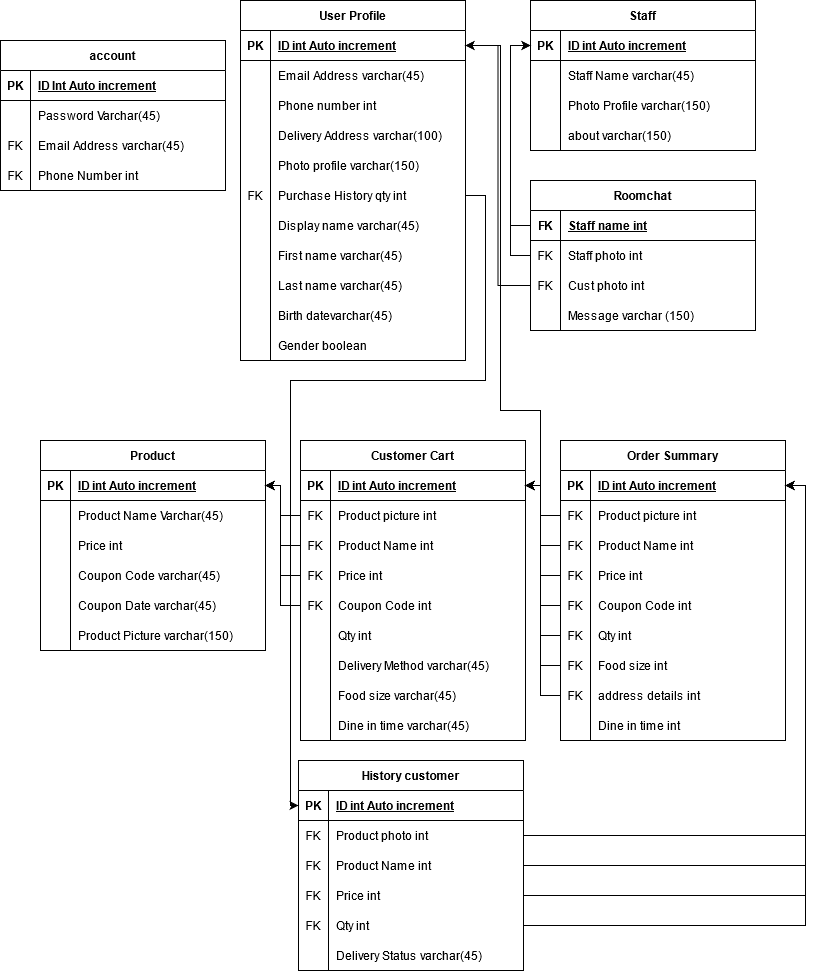
The draw.io diagram tugas/tugas3.png in farizian/week11, before a commit. Source tidied: cells renumbered, new cells last; positions are measured from the earlier drawing's top-left corner, leaving out a move shared by most shapes.
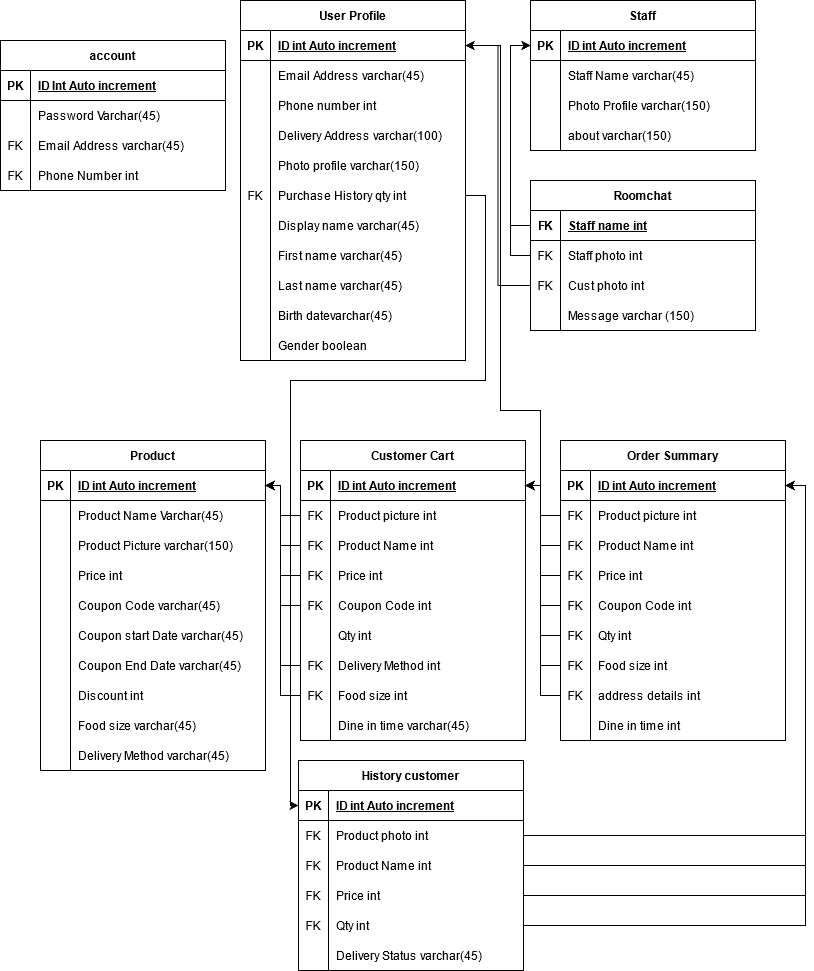
After the commit.

Diff of the diagram source:
```diff
@@ -42,7 +42,7 @@
       <mxGeometry x="30" width="195" height="30" as="geometry" />
     </mxCell>
     <mxCell id="15" value="Product" style="shape=table;startSize=30;rowLines=0;fontStyle=1;align=center;" parent="1" vertex="1">
-      <mxGeometry x="40" y="440" width="225" height="210" as="geometry" />
+      <mxGeometry x="40" y="440" width="225" height="330" as="geometry" />
     </mxCell>
     <mxCell id="16" style="shape=partialRectangle;fillColor=none;top=0;left=0;bottom=1;right=0;points=[[0,0.5],[1,0.5]];portConstraint=eastwest;" parent="15" vertex="1">
       <mxGeometry y="30" width="225" height="30" as="geometry" />
@@ -62,8 +62,17 @@
     <mxCell id="21" value="Product Name Varchar(45)" style="shape=partialRectangle;fillColor=none;top=0;left=0;bottom=0;right=0;align=left;spacingLeft=6;overflow=hidden;" parent="19" vertex="1">
       <mxGeometry x="30" width="195" height="30" as="geometry" />
     </mxCell>
+    <mxCell id="31" style="shape=partialRectangle;fillColor=none;top=0;left=0;bottom=0;right=0;" parent="15" vertex="1">
+      <mxGeometry y="90" width="225" height="30" as="geometry" />
+    </mxCell>
+    <mxCell id="32" style="shape=partialRectangle;fillColor=none;top=0;left=0;bottom=0;right=0;overflow=hidden;" parent="31" vertex="1">
+      <mxGeometry width="30" height="30" as="geometry" />
+    </mxCell>
+    <mxCell id="33" value="Product Picture varchar(150) " style="shape=partialRectangle;fillColor=none;top=0;left=0;bottom=0;right=0;align=left;spacingLeft=6;overflow=hidden;" parent="31" vertex="1">
+      <mxGeometry x="30" width="195" height="30" as="geometry" />
+    </mxCell>
     <mxCell id="22" style="shape=partialRectangle;fillColor=none;top=0;left=0;bottom=0;right=0;" parent="15" vertex="1">
-      <mxGeometry y="90" width="225" height="30" as="geometry" />
+      <mxGeometry y="120" width="225" height="30" as="geometry" />
     </mxCell>
     <mxCell id="23" style="shape=partialRectangle;fillColor=none;top=0;left=0;bottom=0;right=0;overflow=hidden;" parent="22" vertex="1">
       <mxGeometry width="30" height="30" as="geometry" />
@@ -72,7 +81,7 @@
       <mxGeometry x="30" width="195" height="30" as="geometry" />
     </mxCell>
     <mxCell id="25" style="shape=partialRectangle;fillColor=none;top=0;left=0;bottom=0;right=0;" parent="15" vertex="1">
-      <mxGeometry y="120" width="225" height="30" as="geometry" />
+      <mxGeometry y="150" width="225" height="30" as="geometry" />
     </mxCell>
     <mxCell id="26" style="shape=partialRectangle;fillColor=none;top=0;left=0;bottom=0;right=0;overflow=hidden;" parent="25" vertex="1">
       <mxGeometry width="30" height="30" as="geometry" />
@@ -81,23 +90,50 @@
       <mxGeometry x="30" width="195" height="30" as="geometry" />
     </mxCell>
     <mxCell id="28" style="shape=partialRectangle;fillColor=none;top=0;left=0;bottom=0;right=0;" parent="15" vertex="1">
-      <mxGeometry y="150" width="225" height="30" as="geometry" />
+      <mxGeometry y="180" width="225" height="30" as="geometry" />
     </mxCell>
     <mxCell id="29" style="shape=partialRectangle;fillColor=none;top=0;left=0;bottom=0;right=0;overflow=hidden;" parent="28" vertex="1">
       <mxGeometry width="30" height="30" as="geometry" />
     </mxCell>
-    <mxCell id="30" value="Coupon Date varchar(45)" style="shape=partialRectangle;fillColor=none;top=0;left=0;bottom=0;right=0;align=left;spacingLeft=6;overflow=hidden;" parent="28" vertex="1">
+    <mxCell id="30" value="Coupon start Date varchar(45)" style="shape=partialRectangle;fillColor=none;top=0;left=0;bottom=0;right=0;align=left;spacingLeft=6;overflow=hidden;" parent="28" vertex="1">
       <mxGeometry x="30" width="195" height="30" as="geometry" />
     </mxCell>
-    <mxCell id="31" style="shape=partialRectangle;fillColor=none;top=0;left=0;bottom=0;right=0;" parent="15" vertex="1">
-      <mxGeometry y="180" width="225" height="30" as="geometry" />
-    </mxCell>
-    <mxCell id="32" style="shape=partialRectangle;fillColor=none;top=0;left=0;bottom=0;right=0;overflow=hidden;" parent="31" vertex="1">
-      <mxGeometry width="30" height="30" as="geometry" />
-    </mxCell>
-    <mxCell id="33" value="Product Picture varchar(150) " style="shape=partialRectangle;fillColor=none;top=0;left=0;bottom=0;right=0;align=left;spacingLeft=6;overflow=hidden;" parent="31" vertex="1">
-      <mxGeometry x="30" width="195" height="30" as="geometry" />
-    </mxCell>
+    <mxCell id="190" style="shape=partialRectangle;fillColor=none;top=0;left=0;bottom=0;right=0;" parent="15" vertex="1">
+      <mxGeometry y="210" width="225" height="30" as="geometry" />
+    </mxCell>
+    <mxCell id="191" style="shape=partialRectangle;fillColor=none;top=0;left=0;bottom=0;right=0;overflow=hidden;" parent="190" vertex="1">
+      <mxGeometry width="30" height="30" as="geometry" />
+    </mxCell>
+    <mxCell id="192" value="Coupon End Date varchar(45)" style="shape=partialRectangle;fillColor=none;top=0;left=0;bottom=0;right=0;align=left;spacingLeft=6;overflow=hidden;" parent="190" vertex="1">
+      <mxGeometry x="30" width="195" height="30" as="geometry" />
+    </mxCell>
+    <mxCell id="193" style="shape=partialRectangle;fillColor=none;top=0;left=0;bottom=0;right=0;" parent="15" vertex="1">
+      <mxGeometry y="240" width="225" height="30" as="geometry" />
+    </mxCell>
+    <mxCell id="194" style="shape=partialRectangle;fillColor=none;top=0;left=0;bottom=0;right=0;overflow=hidden;" parent="193" vertex="1">
+      <mxGeometry width="30" height="30" as="geometry" />
+    </mxCell>
+    <mxCell id="195" value="Discount int" style="shape=partialRectangle;fillColor=none;top=0;left=0;bottom=0;right=0;align=left;spacingLeft=6;overflow=hidden;" parent="193" vertex="1">
+      <mxGeometry x="30" width="195" height="30" as="geometry" />
+    </mxCell>
+    <mxCell id="196" style="shape=partialRectangle;fillColor=none;top=0;left=0;bottom=0;right=0;" parent="15" vertex="1">
+      <mxGeometry y="270" width="225" height="30" as="geometry" />
+    </mxCell>
+    <mxCell id="197" style="shape=partialRectangle;fillColor=none;top=0;left=0;bottom=0;right=0;overflow=hidden;" parent="196" vertex="1">
+      <mxGeometry width="30" height="30" as="geometry" />
+    </mxCell>
+    <mxCell id="198" value="Food size varchar(45)" style="shape=partialRectangle;fillColor=none;top=0;left=0;bottom=0;right=0;align=left;spacingLeft=6;overflow=hidden;" parent="196" vertex="1">
+      <mxGeometry x="30" width="195" height="30" as="geometry" />
+    </mxCell>
+    <mxCell id="199" style="shape=partialRectangle;fillColor=none;top=0;left=0;bottom=0;right=0;" parent="15" vertex="1">
+      <mxGeometry y="300" width="225" height="30" as="geometry" />
+    </mxCell>
+    <mxCell id="200" style="shape=partialRectangle;fillColor=none;top=0;left=0;bottom=0;right=0;overflow=hidden;" parent="199" vertex="1">
+      <mxGeometry width="30" height="30" as="geometry" />
+    </mxCell>
+    <mxCell id="201" value="Delivery Method varchar(45)" style="shape=partialRectangle;fillColor=none;top=0;left=0;bottom=0;right=0;align=left;spacingLeft=6;overflow=hidden;" parent="199" vertex="1">
+      <mxGeometry x="30" width="195" height="30" as="geometry" />
+    </mxCell>
     <mxCell id="34" value="Customer Cart" style="shape=table;startSize=30;rowLines=0;fontStyle=1;align=center;" parent="1" vertex="1">
       <mxGeometry x="300" y="440" width="225" height="300" as="geometry" />
     </mxCell>
@@ -158,19 +194,19 @@
     <mxCell id="53" style="shape=partialRectangle;fillColor=none;top=0;left=0;bottom=0;right=0;points=[[0,0.5],[1,0.5]];portConstraint=eastwest;" parent="34" vertex="1">
       <mxGeometry y="210" width="225" height="30" as="geometry" />
     </mxCell>
-    <mxCell id="54" style="shape=partialRectangle;fillColor=none;top=0;left=0;bottom=0;right=0;overflow=hidden;" parent="53" vertex="1">
+    <mxCell id="54" value="FK" style="shape=partialRectangle;fillColor=none;top=0;left=0;bottom=0;right=0;overflow=hidden;" parent="53" vertex="1">
       <mxGeometry width="30" height="30" as="geometry" />
     </mxCell>
-    <mxCell id="55" value="Delivery Method varchar(45)" style="shape=partialRectangle;fillColor=none;top=0;left=0;bottom=0;right=0;align=left;spacingLeft=6;overflow=hidden;" parent="53" vertex="1">
+    <mxCell id="55" value="Delivery Method int" style="shape=partialRectangle;fillColor=none;top=0;left=0;bottom=0;right=0;align=left;spacingLeft=6;overflow=hidden;" parent="53" vertex="1">
       <mxGeometry x="30" width="195" height="30" as="geometry" />
     </mxCell>
     <mxCell id="56" style="shape=partialRectangle;fillColor=none;top=0;left=0;bottom=0;right=0;points=[[0,0.5],[1,0.5]];portConstraint=eastwest;" parent="34" vertex="1">
       <mxGeometry y="240" width="225" height="30" as="geometry" />
     </mxCell>
-    <mxCell id="57" style="shape=partialRectangle;fillColor=none;top=0;left=0;bottom=0;right=0;overflow=hidden;" parent="56" vertex="1">
+    <mxCell id="57" value="FK" style="shape=partialRectangle;fillColor=none;top=0;left=0;bottom=0;right=0;overflow=hidden;" parent="56" vertex="1">
       <mxGeometry width="30" height="30" as="geometry" />
     </mxCell>
-    <mxCell id="58" value="Food size varchar(45)" style="shape=partialRectangle;fillColor=none;top=0;left=0;bottom=0;right=0;align=left;spacingLeft=6;overflow=hidden;" parent="56" vertex="1">
+    <mxCell id="58" value="Food size int" style="shape=partialRectangle;fillColor=none;top=0;left=0;bottom=0;right=0;align=left;spacingLeft=6;overflow=hidden;" parent="56" vertex="1">
       <mxGeometry x="30" width="195" height="30" as="geometry" />
     </mxCell>
     <mxCell id="59" style="shape=partialRectangle;fillColor=none;top=0;left=0;bottom=0;right=0;" parent="34" vertex="1">
@@ -642,5 +678,21 @@
     <mxCell id="189" style="edgeStyle=orthogonalEdgeStyle;rounded=0;jettySize=auto;html=1;exitX=1;exitY=0.5;exitDx=0;exitDy=0;entryX=1;entryY=0.5;entryDx=0;entryDy=0;" parent="1" edge="1" source="103" target="63">
       <mxGeometry relative="1" as="geometry" />
     </mxCell>
+    <mxCell id="202" style="edgeStyle=orthogonalEdgeStyle;rounded=0;jettySize=auto;html=1;exitX=0;exitY=0.5;exitDx=0;exitDy=0;entryX=1;entryY=0.5;entryDx=0;entryDy=0;" parent="1" edge="1" source="53" target="16">
+      <mxGeometry relative="1" as="geometry">
+        <Array as="points">
+          <mxPoint x="280" y="665" />
+          <mxPoint x="280" y="485" />
+        </Array>
+      </mxGeometry>
+    </mxCell>
+    <mxCell id="203" style="edgeStyle=orthogonalEdgeStyle;rounded=0;jettySize=auto;html=1;entryX=1;entryY=0.5;entryDx=0;entryDy=0;" parent="1" edge="1" source="56" target="16">
+      <mxGeometry relative="1" as="geometry">
+        <Array as="points">
+          <mxPoint x="280" y="695" />
+          <mxPoint x="280" y="485" />
+        </Array>
+      </mxGeometry>
+    </mxCell>
   </root>
 </mxGraphModel>
```
